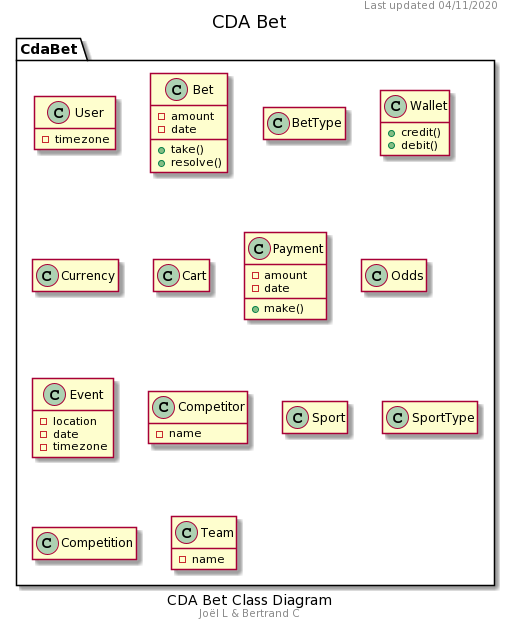
The PlantUML diagram docs/diagrams/export/CDA Bet Class Diagram.png in OFP-CDA-Mulhouse-2020/parisportif1, before a commit.
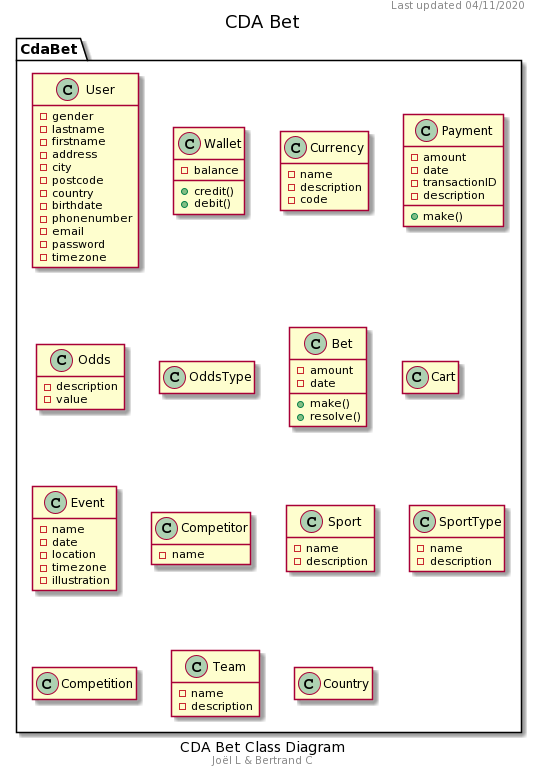
The same file after the commit.

Commit message:
Mind mapping added and class diagram update

The edit, as a diff of the source:
```diff
@@ -7,44 +7,64 @@
 
 namespace CdaBet {
     class User {
+        -gender
+        -lastname
+        -firstname
+        -address
+        -city
+        -postcode
+        -country
+        -birthdate
+        -phonenumber
+        -email
+        -password
         -timezone
+    }
+
+    class Wallet {
+        -balance
+        +credit()
+        +debit()
+    }
+
+    class Currency {
+        -name
+        -description
+        -code
+    }
+
+    class Payment {
+        -amount
+        -date
+        -transactionID
+        -description
+        +make()
+    }
+
+    class Odds {
+        -description
+        -value
+    }
+
+    class OddsType {
     }
 
     class Bet {
         -amount
         -date
-        +take()
+        +make()
         +resolve()
-    }
-
-    class BetType {
-
-    }
-
-    class Wallet {
-        +credit()
-        +debit()
-    }
-
-    class Currency {
     }
 
     class Cart {
     }
 
-    class Payment {
-        -amount
+    class Event {
+        -name
         -date
-        +make()
-    }
-
-    class Odds {
-    }
-
-    class Event {
         -location
-        -date
         -timezone
+        -illustration
     }
 
     class Competitor {
@@ -52,9 +72,13 @@
     }
 
     class Sport {
+        -name
+        -description
     }
 
     class SportType {
+        -name
+        -description
     }
 
     class Competition {
@@ -62,6 +86,10 @@
 
     class Team {
         -name
+        -description
+    }
+
+    class Country{
     }
 }
 @enduml
```
